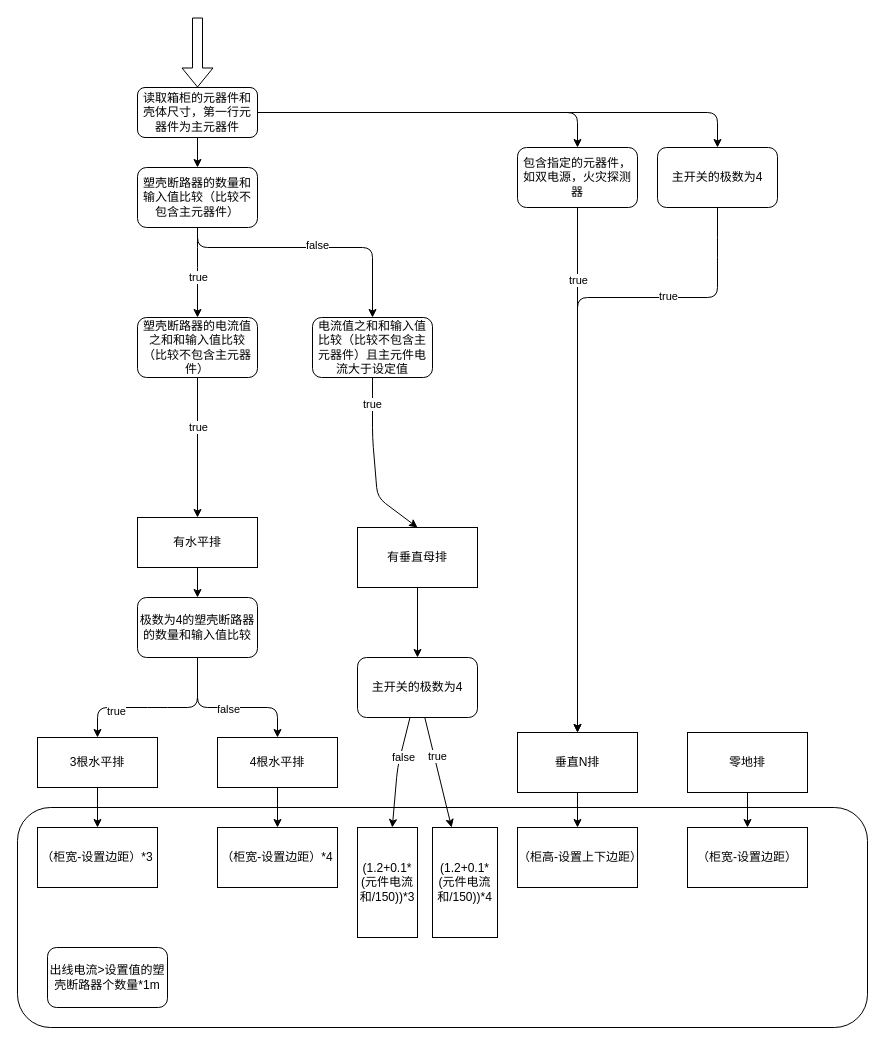
The draw.io diagram .ai/tmy.DrawIO in wbenit/excel-ct-tools, before the edit. Source tidied: cells renumbered, new cells numbered last; positions are measured from the earlier drawing's top-left corner, leaving out a move shared by most shapes. Both pictures are drawn from the tidied source at 100%, with x=0, y=0 at pixel (17, 17).
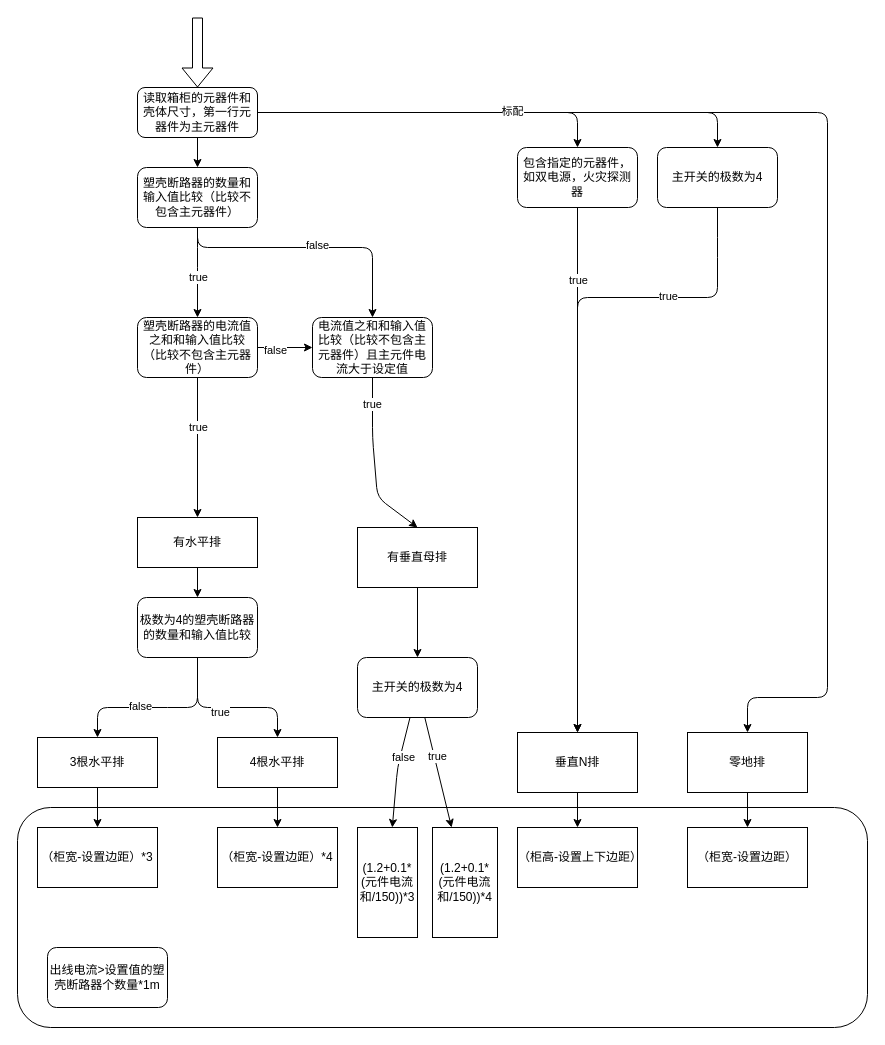
After the change.

Unchanged cells that the change refers to:
```xml
<mxCell id="6" value="读取箱柜的元器件和壳体尺寸，第一行元器件为主元器件" style="rounded=1;whiteSpace=wrap;html=1;" parent="1" vertex="1">
  <mxGeometry x="120" y="70" width="120" height="50" as="geometry" />
</mxCell>
<mxCell id="14" value="&lt;span style=&quot;&quot;&gt;塑壳断路器的电流值之和和输入值比较&lt;/span&gt;（比较不包含主元器件）" style="rounded=1;whiteSpace=wrap;html=1;" parent="1" vertex="1">
  <mxGeometry x="120" y="300" width="120" height="60" as="geometry" />
</mxCell>
<mxCell id="19" value="&lt;span style=&quot;&quot;&gt;电流值之和和输入值比较&lt;/span&gt;（比较不包含主元器件）且主元件电流大于设定值" style="rounded=1;whiteSpace=wrap;html=1;" parent="1" vertex="1">
  <mxGeometry x="295" y="300" width="120" height="60" as="geometry" />
</mxCell>
<mxCell id="25" value="零地排" style="rounded=0;whiteSpace=wrap;html=1;" parent="1" vertex="1">
  <mxGeometry x="670" y="715" width="120" height="60" as="geometry" />
</mxCell>
<mxCell id="32" style="edgeStyle=none;html=1;entryX=0.5;entryY=0;entryDx=0;entryDy=0;" parent="1" edge="1" source="36" target="38">
  <mxGeometry relative="1" as="geometry">
    <Array as="points">
      <mxPoint x="180" y="690" />
      <mxPoint x="140" y="690" />
      <mxPoint x="80" y="690" />
    </Array>
  </mxGeometry>
</mxCell>
<mxCell id="36" value="极数为4的塑壳断路器的数量和输入值比较" style="rounded=1;whiteSpace=wrap;html=1;" parent="1" vertex="1">
  <mxGeometry x="120" y="580" width="120" height="60" as="geometry" />
</mxCell>
<mxCell id="40" value="4根水平排" style="rounded=0;whiteSpace=wrap;html=1;" parent="1" vertex="1">
  <mxGeometry x="200" y="720" width="120" height="50" as="geometry" />
</mxCell>
```

What changed in the source:
```diff
@@
+    <mxCell id="54" style="edgeStyle=none;html=1;entryX=0;entryY=0.5;entryDx=0;entryDy=0;" parent="1" edge="1" source="14" target="19">
+      <mxGeometry relative="1" as="geometry" />
+    </mxCell>
+    <mxCell id="55" value="false" style="edgeLabel;html=1;align=center;verticalAlign=middle;" parent="54" vertex="1">
+      <mxGeometry x="-0.38" y="-2" relative="1" as="geometry" />
+    </mxCell>
@@
+    <mxCell id="56" style="edgeStyle=none;html=1;entryX=0.5;entryY=0;entryDx=0;entryDy=0;" parent="1" edge="1" source="6" target="25">
+      <mxGeometry relative="1" as="geometry">
+        <Array as="points">
+          <mxPoint x="810" y="95" />
+          <mxPoint x="810" y="680" />
+          <mxPoint x="730" y="680" />
+        </Array>
+      </mxGeometry>
+    </mxCell>
+    <mxCell id="57" value="标配" style="edgeLabel;html=1;align=center;verticalAlign=middle;" parent="56" vertex="1">
+      <mxGeometry x="-0.6" y="2" relative="1" as="geometry" />
+    </mxCell>
@@
+    <mxCell id="58" value="false" style="edgeLabel;html=1;align=center;verticalAlign=middle;" parent="32" vertex="1">
+      <mxGeometry x="0.2" y="-2" relative="1" as="geometry" />
+    </mxCell>
+    <mxCell id="34" style="edgeStyle=none;html=1;entryX=0.5;entryY=0;entryDx=0;entryDy=0;" parent="1" edge="1" source="36" target="40">
+      <mxGeometry relative="1" as="geometry">
+        <Array as="points">
+          <mxPoint x="180" y="690" />
+          <mxPoint x="260" y="690" />
+        </Array>
+      </mxGeometry>
+    </mxCell>
-    <mxCell id="33" value="true" style="edgeLabel;html=1;align=center;verticalAlign=middle;" parent="32" vertex="1">
-      <mxGeometry x="0.47" y="3" relative="1" as="geometry" />
+    <mxCell id="33" value="true" style="edgeLabel;html=1;align=center;verticalAlign=middle;" parent="34" vertex="1">
+      <mxGeometry x="-0.1" y="-4" relative="1" as="geometry" />
     </mxCell>
-    <mxCell id="34" style="edgeStyle=none;html=1;entryX=0.5;entryY=0;entryDx=0;entryDy=0;" parent="1" edge="1" source="36" target="40">
-      <mxGeometry relative="1" as="geometry">
-        <Array as="points">
-          <mxPoint x="180" y="690" />
-          <mxPoint x="260" y="690" />
-        </Array>
-      </mxGeometry>
-    </mxCell>
-    <mxCell id="35" value="false" style="edgeLabel;html=1;align=center;verticalAlign=middle;" parent="34" vertex="1">
-      <mxGeometry y="-1" relative="1" as="geometry" />
-    </mxCell>
```
